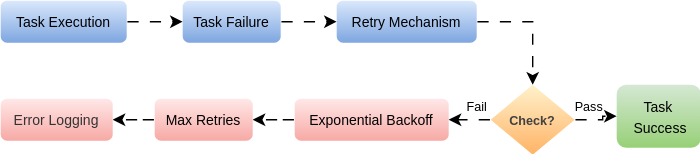
SM-Shaan/task-queue-system keeps this draw.io diagram as images/error.svg. Above is the earlier version. Source tidied: cells renumbered, new cells last; positions are measured from the earlier drawing's top-left corner, leaving out a move shared by most shapes. Its diagram source:
```xml
<mxGraphModel>
  <root>
    <mxCell id="0" />
    <mxCell id="1" parent="0" />
    <mxCell id="2" style="edgeStyle=orthogonalEdgeStyle;rounded=0;jettySize=auto;html=1;dashed=1;dashPattern=8 8;flowAnimation=1;" parent="1" edge="1" source="3" target="5">
      <mxGeometry relative="1" as="geometry" />
    </mxCell>
    <mxCell id="3" value="&lt;span style=&quot;font-family: arial, sans-serif; text-wrap-mode: nowrap;&quot;&gt;&lt;font style=&quot;font-size: 10px;&quot;&gt;Task Execution&lt;/font&gt;&lt;/span&gt;" style="rounded=1;whiteSpace=wrap;html=1;fillColor=#dae8fc;strokeColor=none;gradientDirection=south;gradientColor=#7ea6e0;" parent="1" vertex="1">
      <mxGeometry width="90" height="30" as="geometry" />
    </mxCell>
    <mxCell id="4" style="edgeStyle=orthogonalEdgeStyle;rounded=0;jettySize=auto;html=1;flowAnimation=1;" parent="1" edge="1" source="5" target="7">
      <mxGeometry relative="1" as="geometry" />
    </mxCell>
    <mxCell id="5" value="&lt;span style=&quot;font-family: arial, sans-serif; text-wrap-mode: nowrap;&quot;&gt;&lt;font style=&quot;font-size: 10px;&quot;&gt;Task Failure&lt;/font&gt;&lt;/span&gt;" style="rounded=1;whiteSpace=wrap;html=1;fillColor=#dae8fc;strokeColor=none;gradientDirection=south;gradientColor=#7ea6e0;" parent="1" vertex="1">
      <mxGeometry x="130" width="70" height="30" as="geometry" />
    </mxCell>
    <mxCell id="6" style="edgeStyle=orthogonalEdgeStyle;rounded=0;jettySize=auto;html=1;flowAnimation=1;" parent="1" edge="1" source="7" target="9">
      <mxGeometry relative="1" as="geometry" />
    </mxCell>
    <mxCell id="7" value="&lt;span style=&quot;font-family: arial, sans-serif; text-wrap-mode: nowrap;&quot;&gt;&lt;font style=&quot;font-size: 10px;&quot;&gt;Retry Mechanism&lt;/font&gt;&lt;/span&gt;" style="rounded=1;whiteSpace=wrap;html=1;fillColor=#dae8fc;strokeColor=none;gradientDirection=south;gradientColor=#7ea6e0;" parent="1" vertex="1">
      <mxGeometry x="240" width="100" height="30" as="geometry" />
    </mxCell>
    <mxCell id="8" style="edgeStyle=orthogonalEdgeStyle;rounded=0;jettySize=auto;html=1;flowAnimation=1;dashed=1;dashPattern=8 8;" parent="1" edge="1" source="9" target="15">
      <mxGeometry relative="1" as="geometry" />
    </mxCell>
    <mxCell id="9" value="&lt;font style=&quot;font-size: 9px;&quot;&gt;&lt;b style=&quot;&quot;&gt;Check?&lt;/b&gt;&lt;/font&gt;" style="rhombus;whiteSpace=wrap;html=1;fillColor=#fff2cc;gradientColor=#FFB366;strokeColor=none;fontColor=#414141;" parent="1" vertex="1">
      <mxGeometry x="350" y="60" width="60" height="50" as="geometry" />
    </mxCell>
    <mxCell id="10" style="edgeStyle=orthogonalEdgeStyle;rounded=0;jettySize=auto;html=1;flowAnimation=1;dashed=1;dashPattern=8 8;" parent="1" edge="1" source="11" target="13">
      <mxGeometry relative="1" as="geometry" />
    </mxCell>
    <mxCell id="11" value="&lt;span style=&quot;font-family: arial, sans-serif; text-wrap-mode: nowrap;&quot;&gt;&lt;font style=&quot;font-size: 10px;&quot;&gt;Exponential Backoff&lt;/font&gt;&lt;/span&gt;" style="rounded=1;whiteSpace=wrap;html=1;fillColor=#FFE8E8;strokeColor=none;gradientDirection=south;gradientColor=light-dark(#F7A9A5,#4E2C2C);" parent="1" vertex="1">
      <mxGeometry x="210" y="70" width="110" height="30" as="geometry" />
    </mxCell>
    <mxCell id="12" style="edgeStyle=orthogonalEdgeStyle;rounded=0;jettySize=auto;html=1;dashed=1;dashPattern=8 8;flowAnimation=1;" parent="1" edge="1" source="13" target="14">
      <mxGeometry relative="1" as="geometry" />
    </mxCell>
    <mxCell id="13" value="&lt;font face=&quot;arial, sans-serif&quot;&gt;&lt;span style=&quot;font-size: 10px; text-wrap-mode: nowrap;&quot;&gt;Max Retries&lt;/span&gt;&lt;/font&gt;" style="rounded=1;whiteSpace=wrap;html=1;fillColor=#FFE8E8;strokeColor=none;gradientDirection=south;gradientColor=light-dark(#F7A9A5,#4E2C2C);" parent="1" vertex="1">
      <mxGeometry x="110" y="70" width="70" height="30" as="geometry" />
    </mxCell>
    <mxCell id="14" value="&lt;span style=&quot;color: rgb(51, 51, 51); font-family: arial, sans-serif; text-wrap-mode: nowrap;&quot;&gt;&lt;font style=&quot;font-size: 10px;&quot;&gt;Error Logging&lt;/font&gt;&lt;/span&gt;" style="rounded=1;whiteSpace=wrap;html=1;fillColor=#FFE8E8;strokeColor=none;gradientDirection=south;gradientColor=light-dark(#F7A9A5,#4E2C2C);" parent="1" vertex="1">
      <mxGeometry y="70" width="80" height="30" as="geometry" />
    </mxCell>
    <mxCell id="15" value="&lt;span style=&quot;font-family: arial, sans-serif; text-wrap-mode: nowrap;&quot;&gt;&lt;font style=&quot;font-size: 10px;&quot;&gt;Task&lt;/font&gt;&lt;/span&gt;&lt;div&gt;&lt;span style=&quot;font-family: arial, sans-serif; text-wrap-mode: nowrap;&quot;&gt;&lt;font style=&quot;font-size: 10px;&quot;&gt;&amp;nbsp;Success&lt;/font&gt;&lt;/span&gt;&lt;/div&gt;" style="rounded=1;whiteSpace=wrap;html=1;fillColor=#d5e8d4;strokeColor=none;gradientDirection=south;gradientColor=#97d077;" parent="1" vertex="1">
      <mxGeometry x="440" y="60" width="60" height="45" as="geometry" />
    </mxCell>
    <mxCell id="16" style="endArrow=classic;html=1;rounded=0;dashed=1;dashPattern=8 8;flowAnimation=1;" parent="1" edge="1" source="9" target="11">
      <mxGeometry relative="1" as="geometry" />
    </mxCell>
    <mxCell id="17" value="&lt;font style=&quot;font-size: 9px;&quot;&gt;Fail&lt;/font&gt;" style="text;html=1;align=center;verticalAlign=middle;strokeColor=none;fillColor=none;" parent="1" vertex="1">
      <mxGeometry x="320" y="60" width="40" height="30" as="geometry" />
    </mxCell>
    <mxCell id="18" value="&lt;font style=&quot;font-size: 9px;&quot;&gt;Pass&lt;/font&gt;" style="text;html=1;align=center;verticalAlign=middle;strokeColor=none;fillColor=none;" parent="1" vertex="1">
      <mxGeometry x="400" y="60" width="40" height="30" as="geometry" />
    </mxCell>
  </root>
</mxGraphModel>
```
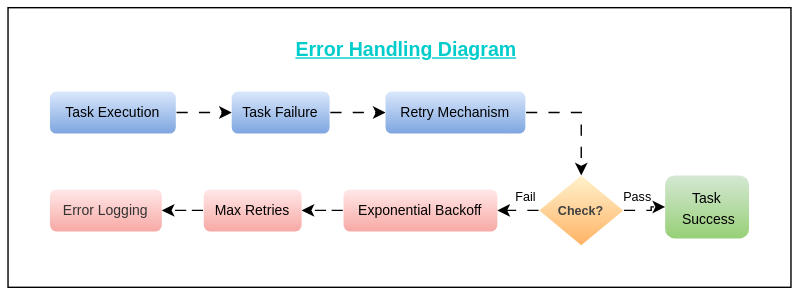
Later version of the same file.

The edit, as a diff of the source:
```diff
@@ -53,5 +53,11 @@
     <mxCell id="18" value="&lt;font style=&quot;font-size: 9px;&quot;&gt;Pass&lt;/font&gt;" style="text;html=1;align=center;verticalAlign=middle;strokeColor=none;fillColor=none;" parent="1" vertex="1">
       <mxGeometry x="400" y="60" width="40" height="30" as="geometry" />
     </mxCell>
+    <mxCell id="19" style="rounded=0;whiteSpace=wrap;html=1;fillColor=none;" parent="1" vertex="1">
+      <mxGeometry x="-30" y="-60" width="560" height="200" as="geometry" />
+    </mxCell>
+    <mxCell id="20" value="&lt;font style=&quot;font-size: 14px; color: rgb(0, 204, 204);&quot;&gt;&lt;b style=&quot;&quot;&gt;&lt;u style=&quot;&quot;&gt;Error Handling Diagram&lt;/u&gt;&lt;/b&gt;&lt;/font&gt;" style="rounded=0;whiteSpace=wrap;html=1;fillColor=none;strokeColor=none;" parent="1" vertex="1">
+      <mxGeometry x="160" y="-60" width="190" height="60" as="geometry" />
+    </mxCell>
   </root>
 </mxGraphModel>
```
